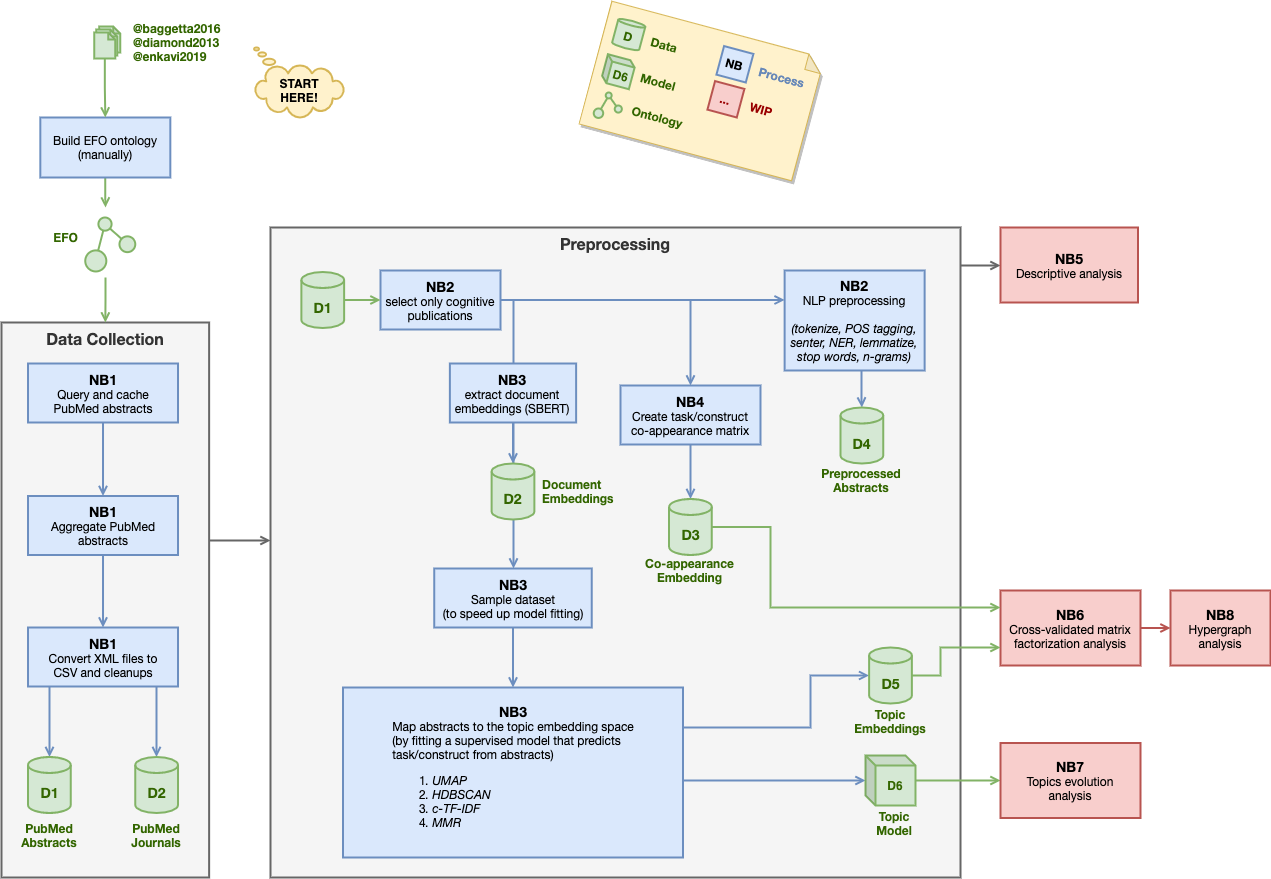
morteza/CogText keeps this draw.io diagram as docs/pipeline.drawio.png. Above is the earlier version. Source tidied: cells renumbered, new cells last; positions are measured from the earlier drawing's top-left corner, leaving out a move shared by most shapes.
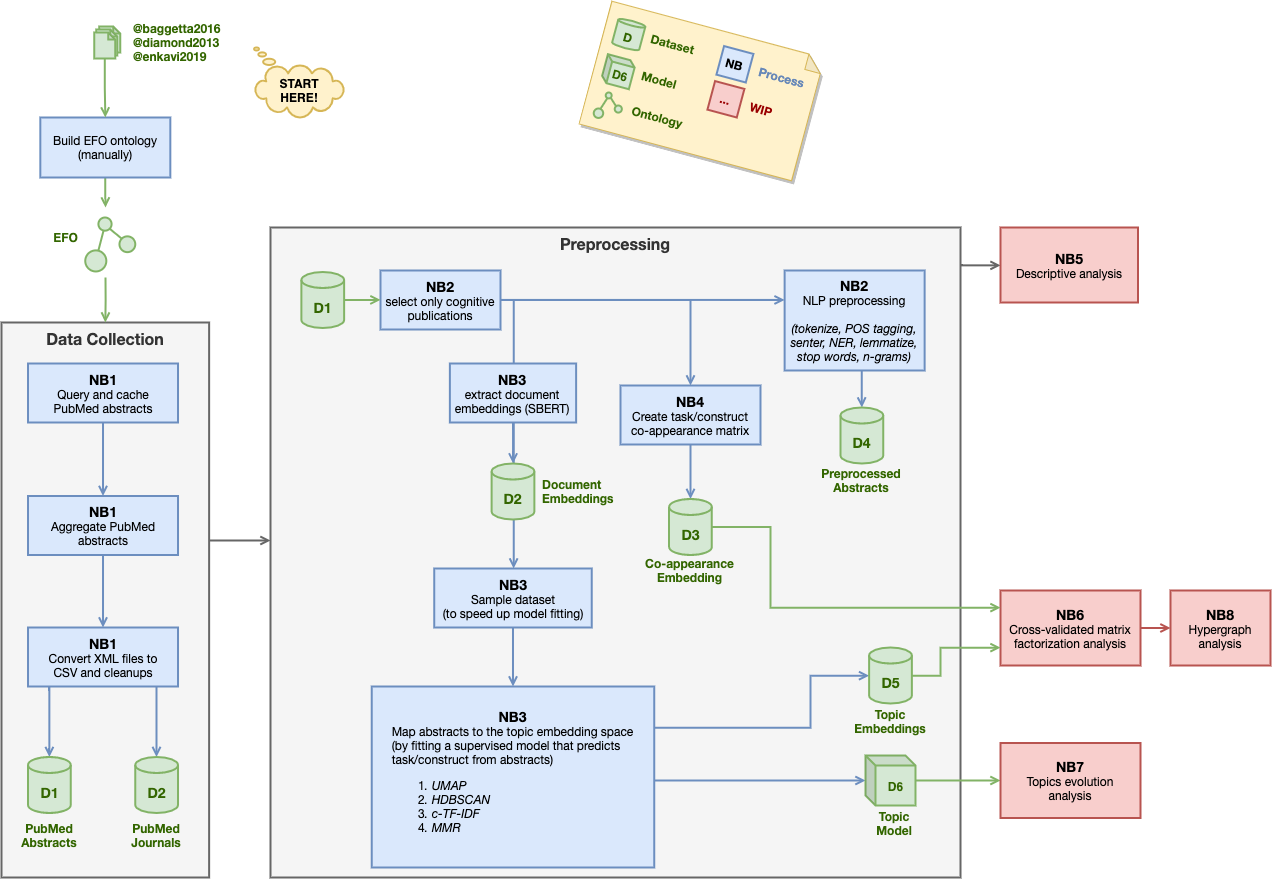
Above is the later version.

Commit message:
link EFO to cognitive atlas entities + maintenance

Change to the diagram source:
```diff
@@ -139,7 +139,7 @@
       </mxGeometry>
     </mxCell>
     <mxCell id="32" value="&lt;div&gt;&lt;/div&gt;&lt;div style=&quot;font-size: 14px&quot;&gt;&lt;b&gt;&lt;font style=&quot;font-size: 14px&quot;&gt;NB3&lt;/font&gt;&lt;/b&gt;&lt;/div&gt;&lt;div&gt;&lt;div style=&quot;text-align: left&quot;&gt;&lt;span&gt;Map abstracts to the topic embedding space&lt;/span&gt;&lt;/div&gt;&lt;font style=&quot;font-size: 12px&quot;&gt;&lt;span style=&quot;font-weight: normal&quot;&gt;&lt;div style=&quot;text-align: left&quot;&gt;&lt;span&gt;(by fitting a supervised model that predicts&lt;/span&gt;&lt;/div&gt;&lt;div style=&quot;text-align: left&quot;&gt;&lt;span&gt;task/construct from abstracts)&lt;/span&gt;&lt;/div&gt;&lt;/span&gt;&lt;/font&gt;&lt;/div&gt;&lt;div&gt;&lt;ol&gt;&lt;li&gt;&lt;div style=&quot;text-align: left&quot;&gt;&lt;i&gt;&lt;i&gt;UMAP&lt;/i&gt;&lt;br&gt;&lt;/i&gt;&lt;/div&gt;&lt;/li&gt;&lt;li style=&quot;text-align: left&quot;&gt;&lt;span&gt;&lt;i&gt;&lt;font style=&quot;font-size: 12px&quot;&gt;HDBSCAN&lt;/font&gt;&lt;/i&gt;&lt;/span&gt;&lt;/li&gt;&lt;li style=&quot;text-align: left&quot;&gt;&lt;span&gt;&lt;i&gt;&lt;font style=&quot;font-size: 12px&quot;&gt;c-TF-IDF&lt;/font&gt;&lt;/i&gt;&lt;/span&gt;&lt;/li&gt;&lt;li style=&quot;text-align: left&quot;&gt;&lt;i&gt;&lt;font style=&quot;font-size: 12px&quot;&gt;MMR&lt;br&gt;&lt;/font&gt;&lt;/i&gt;&lt;/li&gt;&lt;/ol&gt;&lt;/div&gt;" style="whiteSpace=wrap;html=1;shadow=0;fillColor=#dae8fc;strokeColor=#6c8ebf;sketch=0;verticalAlign=middle;align=center;spacingLeft=0;spacingBottom=0;spacingRight=0;strokeWidth=2;fontFamily=Helvetica Neue;" parent="1" vertex="1">
-      <mxGeometry x="341.5" y="670" width="340" height="170" as="geometry" />
+      <mxGeometry x="370.2" y="669" width="282.5" height="181" as="geometry" />
     </mxCell>
     <mxCell id="33" value="Co-appearance Embedding" style="text;html=1;strokeColor=none;fillColor=none;align=center;verticalAlign=middle;whiteSpace=wrap;rounded=0;shadow=1;glass=0;labelBackgroundColor=none;sketch=0;fontSize=12;fontColor=#336600;fontStyle=1;fontFamily=Helvetica Neue;" parent="1" vertex="1">
       <mxGeometry x="636.5" y="543" width="105" height="20" as="geometry" />
@@ -279,8 +279,8 @@
     <mxCell id="73" value="&lt;font color=&quot;#6788b8&quot; style=&quot;font-size: 12px;&quot;&gt;Process&lt;/font&gt;" style="text;html=1;align=left;verticalAlign=middle;strokeColor=none;fontSize=12;shadow=0;rotation=15;fontStyle=1;spacing=0;fontFamily=Helvetica Neue;" parent="69" vertex="1">
       <mxGeometry x="167" y="42" width="60" height="20" as="geometry" />
     </mxCell>
-    <mxCell id="74" value="&lt;font color=&quot;#336600&quot; style=&quot;font-size: 12px;&quot;&gt;Data&lt;/font&gt;" style="text;html=1;align=left;verticalAlign=middle;strokeColor=none;fontSize=12;shadow=0;rotation=15;sketch=0;rounded=0;fontStyle=1;spacing=0;fontFamily=Helvetica Neue;" parent="69" vertex="1">
-      <mxGeometry x="59" y="9" width="40" height="20" as="geometry" />
+    <mxCell id="74" value="&lt;font color=&quot;#336600&quot; style=&quot;font-size: 12px&quot;&gt;Dataset&lt;/font&gt;" style="text;html=1;align=left;verticalAlign=middle;strokeColor=none;fontSize=12;shadow=0;rotation=15;sketch=0;rounded=0;fontStyle=1;spacing=0;fontFamily=Helvetica Neue;" parent="69" vertex="1">
+      <mxGeometry x="59" y="9" width="60" height="20" as="geometry" />
     </mxCell>
     <mxCell id="75" value="&lt;font color=&quot;#990000&quot;&gt;...&lt;/font&gt;" style="shape=note;whiteSpace=wrap;html=1;backgroundOutline=1;darkOpacity=0.05;shadow=0;size=0;spacingTop=1;sketch=0;fillColor=#f8cecc;strokeColor=#b85450;fontSize=12;rotation=15;fontStyle=1;strokeWidth=2;fontFamily=Helvetica Neue;" parent="69" vertex="1">
       <mxGeometry x="119" y="57" width="30.4" height="29.6" as="geometry" />
@@ -310,7 +310,7 @@
       <mxGeometry relative="1" as="geometry" />
     </mxCell>
     <mxCell id="84" value="&lt;font color=&quot;#336600&quot; style=&quot;font-size: 12px&quot;&gt;Model&lt;/font&gt;" style="text;html=1;align=left;verticalAlign=middle;strokeColor=none;fontSize=12;shadow=0;rotation=15;sketch=0;rounded=0;fontStyle=1;spacing=0;fontFamily=Helvetica Neue;" parent="69" vertex="1">
-      <mxGeometry x="49" y="46" width="50" height="20" as="geometry" />
+      <mxGeometry x="50" y="44" width="50" height="20" as="geometry" />
     </mxCell>
     <mxCell id="85" value="&lt;font color=&quot;#336600&quot; style=&quot;font-size: 12px&quot;&gt;Ontology&lt;/font&gt;" style="text;html=1;align=left;verticalAlign=middle;strokeColor=none;fontSize=12;shadow=0;rotation=15;sketch=0;rounded=0;fontStyle=1;spacing=0;fontFamily=Helvetica Neue;" parent="69" vertex="1">
       <mxGeometry x="40" y="82" width="70" height="20" as="geometry" />
```
